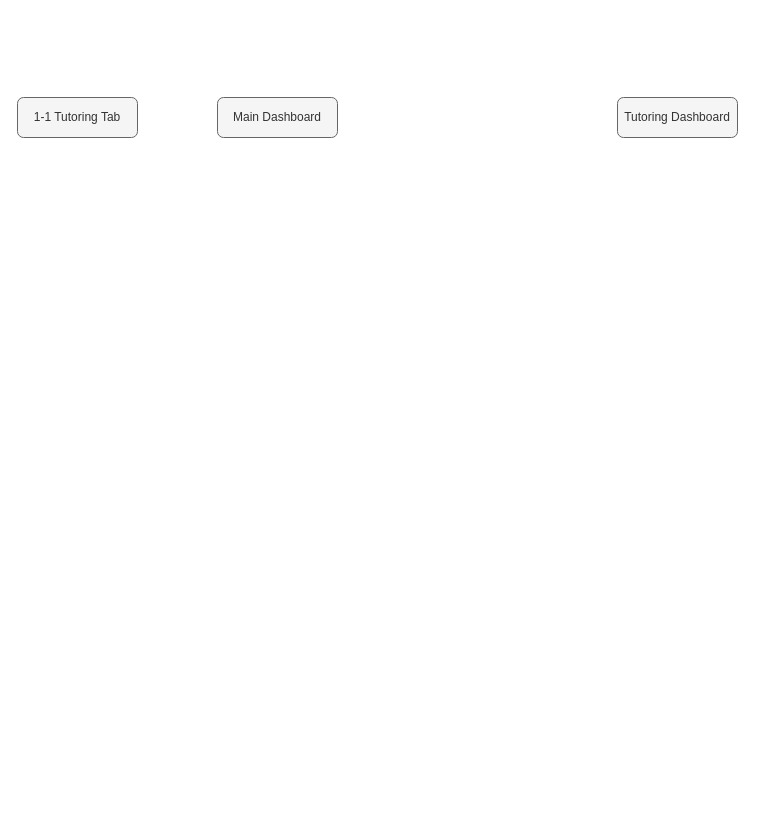
The draw.io diagram thetutor_tutoring_tutor.drawio in kashan-ahmad/flowcharts, before the edit. Source tidied: cells renumbered, new cells numbered last; positions are measured from the earlier drawing's top-left corner, leaving out a move shared by most shapes. Both pictures are drawn from the tidied source at 100%, with x=0, y=0 at pixel (17, 97).
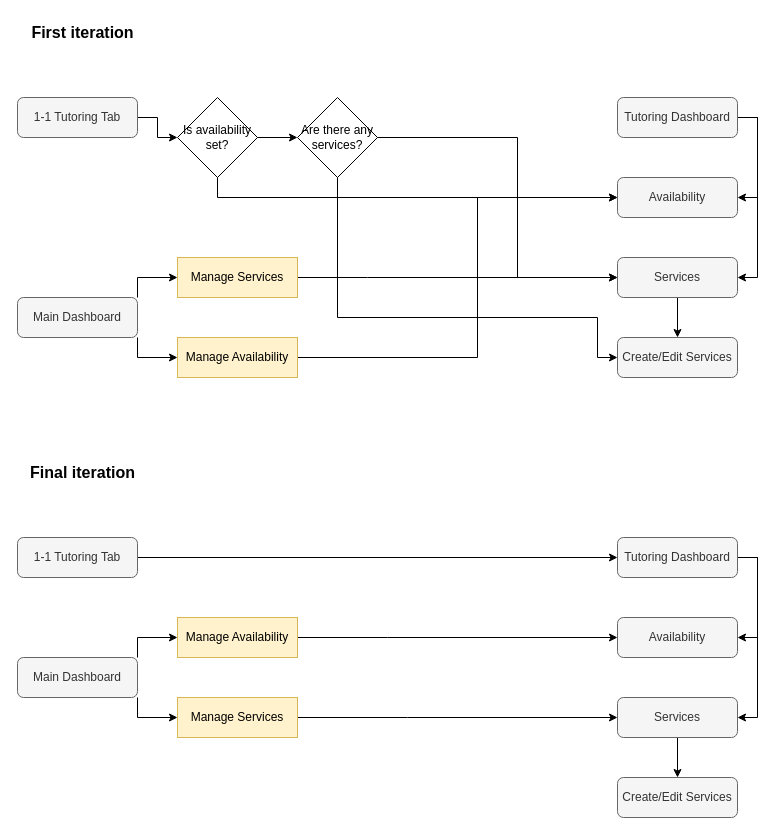
The same page after the edit.

Unchanged cells that the change refers to:
```xml
<mxCell id="2" value="Tutoring Dashboard" style="rounded=1;whiteSpace=wrap;html=1;fontSize=12;glass=0;strokeWidth=1;shadow=0;fillColor=#f5f5f5;fontColor=#333333;strokeColor=#666666;" parent="1" vertex="1">
  <mxGeometry x="600" width="120" height="40" as="geometry" />
</mxCell>
<mxCell id="3" value="1-1 Tutoring Tab" style="rounded=1;whiteSpace=wrap;html=1;fillColor=#f5f5f5;fontColor=#333333;strokeColor=#666666;" parent="1" vertex="1">
  <mxGeometry width="120" height="40" as="geometry" />
</mxCell>
```

Change to the diagram source:
```diff
@@
+    <mxCell id="5" style="edgeStyle=orthogonalEdgeStyle;rounded=0;jettySize=auto;html=1;exitX=1;exitY=0.5;exitDx=0;exitDy=0;entryX=1;entryY=0.5;entryDx=0;entryDy=0;" parent="1" edge="1" source="2" target="14">
+      <mxGeometry relative="1" as="geometry" />
+    </mxCell>
+    <mxCell id="6" style="edgeStyle=orthogonalEdgeStyle;rounded=0;jettySize=auto;html=1;exitX=1;exitY=0.5;exitDx=0;exitDy=0;entryX=1;entryY=0.5;entryDx=0;entryDy=0;" parent="1" edge="1" source="2" target="16">
+      <mxGeometry relative="1" as="geometry" />
+    </mxCell>
@@
+    <mxCell id="7" style="edgeStyle=orthogonalEdgeStyle;rounded=0;jettySize=auto;html=1;exitX=1;exitY=0.5;exitDx=0;exitDy=0;entryX=0;entryY=0.5;entryDx=0;entryDy=0;" parent="1" edge="1" source="3" target="20">
+      <mxGeometry relative="1" as="geometry" />
+    </mxCell>
@@
+    <mxCell id="8" style="edgeStyle=orthogonalEdgeStyle;rounded=0;jettySize=auto;html=1;exitX=1;exitY=0;exitDx=0;exitDy=0;entryX=0;entryY=0.5;entryDx=0;entryDy=0;" parent="1" edge="1" source="4" target="11">
+      <mxGeometry relative="1" as="geometry" />
+    </mxCell>
+    <mxCell id="9" style="edgeStyle=orthogonalEdgeStyle;rounded=0;jettySize=auto;html=1;exitX=1;exitY=1;exitDx=0;exitDy=0;entryX=0;entryY=0.5;entryDx=0;entryDy=0;" parent="1" edge="1" source="4" target="13">
+      <mxGeometry relative="1" as="geometry" />
+    </mxCell>
     <mxCell id="4" value="Main Dashboard" style="rounded=1;whiteSpace=wrap;html=1;fillColor=#f5f5f5;fontColor=#333333;strokeColor=#666666;" parent="1" vertex="1">
-      <mxGeometry x="200" width="120" height="40" as="geometry" />
+      <mxGeometry y="200" width="120" height="40" as="geometry" />
     </mxCell>
+    <mxCell id="10" style="edgeStyle=orthogonalEdgeStyle;rounded=0;jettySize=auto;html=1;exitX=1;exitY=0.5;exitDx=0;exitDy=0;entryX=0;entryY=0.5;entryDx=0;entryDy=0;" parent="1" edge="1" source="11" target="16">
+      <mxGeometry relative="1" as="geometry">
+        <Array as="points">
+          <mxPoint x="350" y="180" />
+          <mxPoint x="350" y="180" />
+        </Array>
+      </mxGeometry>
+    </mxCell>
+    <mxCell id="11" value="Manage Services" style="rounded=0;whiteSpace=wrap;html=1;fillColor=#fff2cc;strokeColor=#d6b656;" parent="1" vertex="1">
+      <mxGeometry x="160" y="160" width="120" height="40" as="geometry" />
+    </mxCell>
+    <mxCell id="12" style="edgeStyle=orthogonalEdgeStyle;rounded=0;jettySize=auto;html=1;exitX=1;exitY=0.5;exitDx=0;exitDy=0;entryX=0;entryY=0.5;entryDx=0;entryDy=0;" parent="1" edge="1" source="13" target="14">
+      <mxGeometry relative="1" as="geometry">
+        <Array as="points">
+          <mxPoint x="460" y="260" />
+          <mxPoint x="460" y="100" />
+        </Array>
+      </mxGeometry>
+    </mxCell>
+    <mxCell id="13" value="Manage Availability" style="rounded=0;whiteSpace=wrap;html=1;fillColor=#fff2cc;strokeColor=#d6b656;" parent="1" vertex="1">
+      <mxGeometry x="160" y="240" width="120" height="40" as="geometry" />
+    </mxCell>
+    <mxCell id="14" value="Availability" style="rounded=1;whiteSpace=wrap;html=1;fontSize=12;glass=0;strokeWidth=1;shadow=0;fillColor=#f5f5f5;fontColor=#333333;strokeColor=#666666;" parent="1" vertex="1">
+      <mxGeometry x="600" y="80" width="120" height="40" as="geometry" />
+    </mxCell>
+    <mxCell id="15" style="edgeStyle=orthogonalEdgeStyle;rounded=0;jettySize=auto;html=1;exitX=0.5;exitY=1;exitDx=0;exitDy=0;entryX=0.5;entryY=0;entryDx=0;entryDy=0;" parent="1" edge="1" source="16" target="17">
+      <mxGeometry relative="1" as="geometry" />
+    </mxCell>
+    <mxCell id="16" value="Services" style="rounded=1;whiteSpace=wrap;html=1;fontSize=12;glass=0;strokeWidth=1;shadow=0;fillColor=#f5f5f5;fontColor=#333333;strokeColor=#666666;" parent="1" vertex="1">
+      <mxGeometry x="600" y="160" width="120" height="40" as="geometry" />
+    </mxCell>
+    <mxCell id="17" value="Create/Edit Services" style="rounded=1;whiteSpace=wrap;html=1;fontSize=12;glass=0;strokeWidth=1;shadow=0;fillColor=#f5f5f5;fontColor=#333333;strokeColor=#666666;" parent="1" vertex="1">
+      <mxGeometry x="600" y="240" width="120" height="40" as="geometry" />
+    </mxCell>
+    <mxCell id="18" style="edgeStyle=orthogonalEdgeStyle;rounded=0;jettySize=auto;html=1;exitX=1;exitY=0.5;exitDx=0;exitDy=0;entryX=0;entryY=0.5;entryDx=0;entryDy=0;" parent="1" edge="1" source="20" target="23">
+      <mxGeometry relative="1" as="geometry" />
+    </mxCell>
+    <mxCell id="19" style="edgeStyle=orthogonalEdgeStyle;rounded=0;jettySize=auto;html=1;exitX=0.5;exitY=1;exitDx=0;exitDy=0;entryX=0;entryY=0.5;entryDx=0;entryDy=0;" parent="1" edge="1" source="20" target="14">
+      <mxGeometry relative="1" as="geometry" />
+    </mxCell>
+    <mxCell id="20" value="Is availability set?" style="rhombus;whiteSpace=wrap;html=1;" parent="1" vertex="1">
+      <mxGeometry x="160" width="80" height="80" as="geometry" />
+    </mxCell>
+    <mxCell id="21" style="edgeStyle=orthogonalEdgeStyle;rounded=0;jettySize=auto;html=1;exitX=1;exitY=0.5;exitDx=0;exitDy=0;entryX=0;entryY=0.5;entryDx=0;entryDy=0;" parent="1" edge="1" source="23" target="16">
+      <mxGeometry relative="1" as="geometry">
+        <Array as="points">
+          <mxPoint x="500" y="40" />
+          <mxPoint x="500" y="180" />
+        </Array>
+      </mxGeometry>
+    </mxCell>
+    <mxCell id="22" style="edgeStyle=orthogonalEdgeStyle;rounded=0;jettySize=auto;html=1;exitX=0.5;exitY=1;exitDx=0;exitDy=0;entryX=0;entryY=0.5;entryDx=0;entryDy=0;" parent="1" edge="1" source="23" target="17">
+      <mxGeometry relative="1" as="geometry">
+        <Array as="points">
+          <mxPoint x="320" y="220" />
+          <mxPoint x="580" y="220" />
+          <mxPoint x="580" y="260" />
+        </Array>
+      </mxGeometry>
+    </mxCell>
+    <mxCell id="23" value="Are there any services?" style="rhombus;whiteSpace=wrap;html=1;" parent="1" vertex="1">
+      <mxGeometry x="280" width="80" height="80" as="geometry" />
+    </mxCell>
+    <mxCell id="24" value="&lt;div style=&quot;font-size: 16px;&quot;&gt;First iteration&lt;/div&gt;" style="text;html=1;align=center;verticalAlign=middle;strokeColor=none;fillColor=none;fontSize=16;fontStyle=1;" parent="1" vertex="1">
+      <mxGeometry y="-80" width="130" height="30" as="geometry" />
+    </mxCell>
+    <mxCell id="25" style="edgeStyle=orthogonalEdgeStyle;rounded=0;jettySize=auto;html=1;exitX=1;exitY=0.5;exitDx=0;exitDy=0;entryX=1;entryY=0.5;entryDx=0;entryDy=0;" parent="1" edge="1" source="27" target="37">
+      <mxGeometry relative="1" as="geometry" />
+    </mxCell>
+    <mxCell id="26" style="edgeStyle=orthogonalEdgeStyle;rounded=0;jettySize=auto;html=1;exitX=1;exitY=0.5;exitDx=0;exitDy=0;entryX=1;entryY=0.5;entryDx=0;entryDy=0;" parent="1" edge="1" source="27" target="39">
+      <mxGeometry relative="1" as="geometry" />
+    </mxCell>
+    <mxCell id="27" value="Tutoring Dashboard" style="rounded=1;whiteSpace=wrap;html=1;fontSize=12;glass=0;strokeWidth=1;shadow=0;fillColor=#f5f5f5;fontColor=#333333;strokeColor=#666666;" parent="1" vertex="1">
+      <mxGeometry x="600" y="440" width="120" height="40" as="geometry" />
+    </mxCell>
+    <mxCell id="28" style="edgeStyle=orthogonalEdgeStyle;rounded=0;jettySize=auto;html=1;exitX=1;exitY=0.5;exitDx=0;exitDy=0;entryX=0;entryY=0.5;entryDx=0;entryDy=0;" parent="1" edge="1" source="29" target="27">
+      <mxGeometry relative="1" as="geometry" />
+    </mxCell>
+    <mxCell id="29" value="1-1 Tutoring Tab" style="rounded=1;whiteSpace=wrap;html=1;fillColor=#f5f5f5;fontColor=#333333;strokeColor=#666666;" parent="1" vertex="1">
+      <mxGeometry y="440" width="120" height="40" as="geometry" />
+    </mxCell>
+    <mxCell id="30" style="edgeStyle=orthogonalEdgeStyle;rounded=0;jettySize=auto;html=1;exitX=1;exitY=0;exitDx=0;exitDy=0;entryX=0;entryY=0.5;entryDx=0;entryDy=0;" parent="1" edge="1" source="32" target="36">
+      <mxGeometry relative="1" as="geometry" />
+    </mxCell>
+    <mxCell id="31" style="edgeStyle=orthogonalEdgeStyle;rounded=0;jettySize=auto;html=1;exitX=1;exitY=1;exitDx=0;exitDy=0;entryX=0;entryY=0.5;entryDx=0;entryDy=0;" parent="1" edge="1" source="32" target="34">
+      <mxGeometry relative="1" as="geometry" />
+    </mxCell>
+    <mxCell id="32" value="Main Dashboard" style="rounded=1;whiteSpace=wrap;html=1;fillColor=#f5f5f5;fontColor=#333333;strokeColor=#666666;" parent="1" vertex="1">
+      <mxGeometry y="560" width="120" height="40" as="geometry" />
+    </mxCell>
+    <mxCell id="33" style="edgeStyle=orthogonalEdgeStyle;rounded=0;jettySize=auto;html=1;exitX=1;exitY=0.5;exitDx=0;exitDy=0;entryX=0;entryY=0.5;entryDx=0;entryDy=0;" parent="1" edge="1" source="34" target="39">
+      <mxGeometry relative="1" as="geometry">
+        <Array as="points">
+          <mxPoint x="390" y="620" />
+          <mxPoint x="390" y="620" />
+        </Array>
+      </mxGeometry>
+    </mxCell>
+    <mxCell id="34" value="Manage Services" style="rounded=0;whiteSpace=wrap;html=1;fillColor=#fff2cc;strokeColor=#d6b656;" parent="1" vertex="1">
+      <mxGeometry x="160" y="600" width="120" height="40" as="geometry" />
+    </mxCell>
+    <mxCell id="35" style="edgeStyle=orthogonalEdgeStyle;rounded=0;jettySize=auto;html=1;exitX=1;exitY=0.5;exitDx=0;exitDy=0;entryX=0;entryY=0.5;entryDx=0;entryDy=0;" parent="1" edge="1" source="36" target="37">
+      <mxGeometry relative="1" as="geometry">
+        <Array as="points">
+          <mxPoint x="370" y="540" />
+          <mxPoint x="370" y="540" />
+        </Array>
+      </mxGeometry>
+    </mxCell>
+    <mxCell id="36" value="Manage Availability" style="rounded=0;whiteSpace=wrap;html=1;fillColor=#fff2cc;strokeColor=#d6b656;" parent="1" vertex="1">
+      <mxGeometry x="160" y="520" width="120" height="40" as="geometry" />
+    </mxCell>
+    <mxCell id="37" value="Availability" style="rounded=1;whiteSpace=wrap;html=1;fontSize=12;glass=0;strokeWidth=1;shadow=0;fillColor=#f5f5f5;fontColor=#333333;strokeColor=#666666;" parent="1" vertex="1">
+      <mxGeometry x="600" y="520" width="120" height="40" as="geometry" />
+    </mxCell>
+    <mxCell id="38" style="edgeStyle=orthogonalEdgeStyle;rounded=0;jettySize=auto;html=1;exitX=0.5;exitY=1;exitDx=0;exitDy=0;entryX=0.5;entryY=0;entryDx=0;entryDy=0;" parent="1" edge="1" source="39" target="40">
+      <mxGeometry relative="1" as="geometry" />
+    </mxCell>
+    <mxCell id="39" value="Services" style="rounded=1;whiteSpace=wrap;html=1;fontSize=12;glass=0;strokeWidth=1;shadow=0;fillColor=#f5f5f5;fontColor=#333333;strokeColor=#666666;" parent="1" vertex="1">
+      <mxGeometry x="600" y="600" width="120" height="40" as="geometry" />
+    </mxCell>
+    <mxCell id="40" value="Create/Edit Services" style="rounded=1;whiteSpace=wrap;html=1;fontSize=12;glass=0;strokeWidth=1;shadow=0;fillColor=#f5f5f5;fontColor=#333333;strokeColor=#666666;" parent="1" vertex="1">
+      <mxGeometry x="600" y="680" width="120" height="40" as="geometry" />
+    </mxCell>
+    <mxCell id="41" value="&lt;div style=&quot;font-size: 16px;&quot;&gt;Final iteration&lt;/div&gt;" style="text;html=1;align=center;verticalAlign=middle;strokeColor=none;fillColor=none;fontSize=16;fontStyle=1;" parent="1" vertex="1">
+      <mxGeometry y="360" width="130" height="30" as="geometry" />
+    </mxCell>
```
